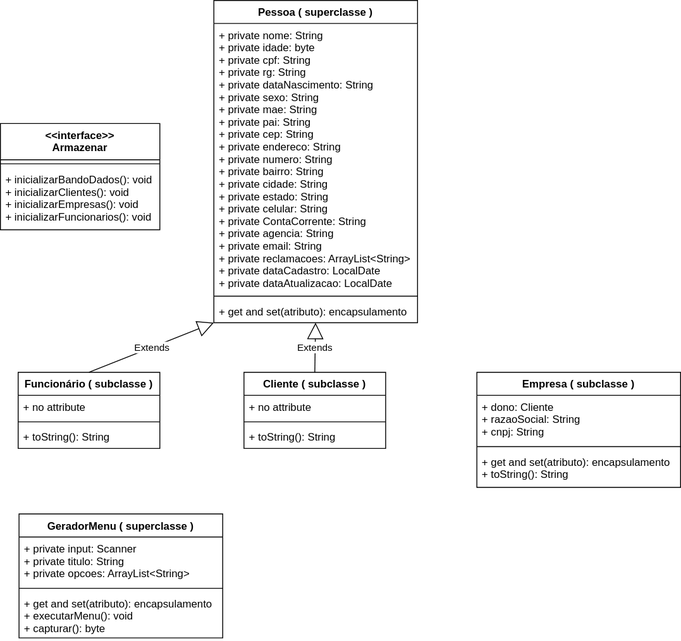
ArthurEstevan/redesenvolvimento-conta-bancaria-v2.0 keeps this draw.io diagram as Diagrama sem nome.drawio.svg. Above is the earlier version. Source tidied: cells renumbered, new cells last; positions are measured from the earlier drawing's top-left corner, leaving out a move shared by most shapes.
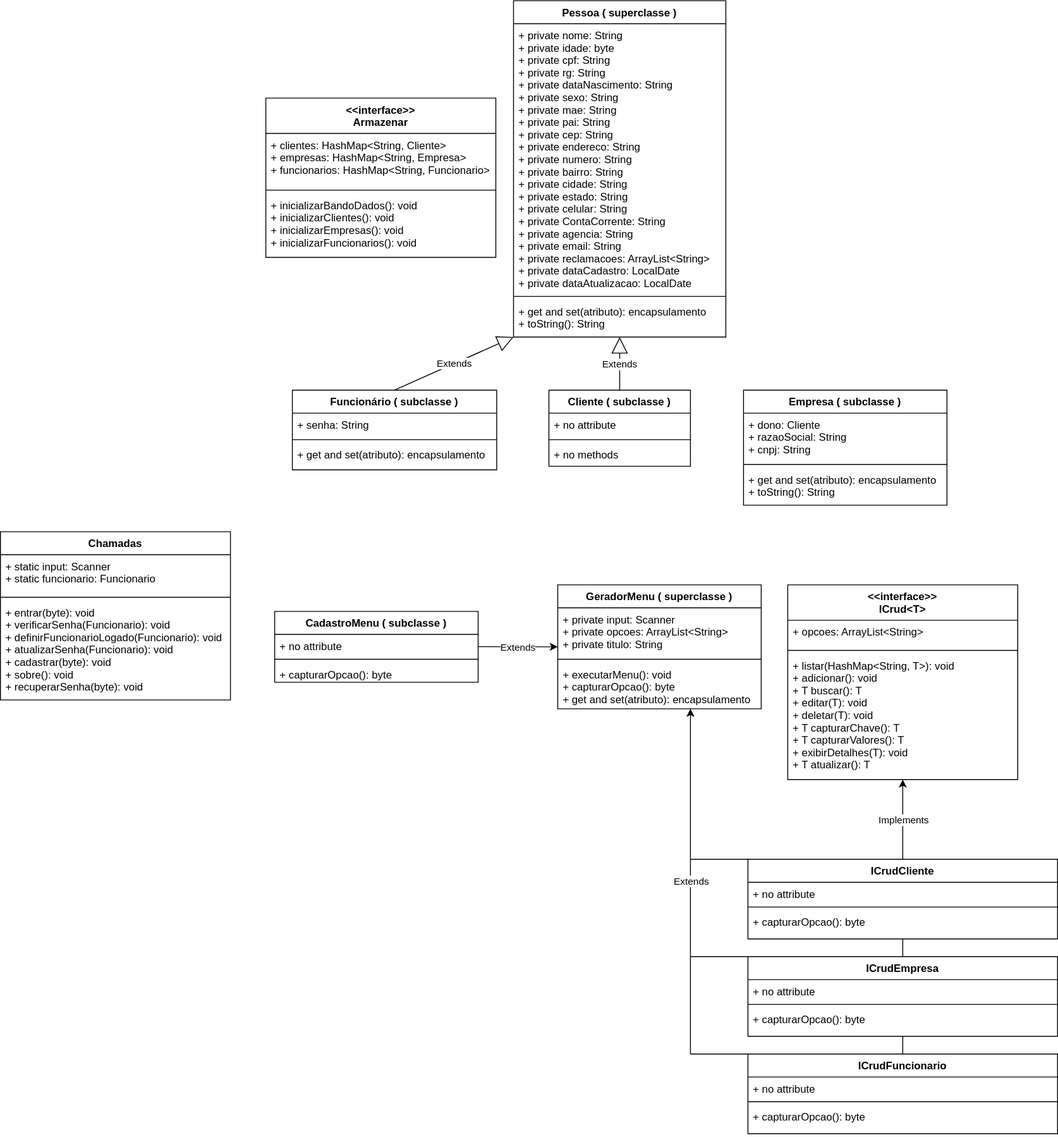
After the change.

Change to the diagram source:
```diff
@@ -3,43 +3,43 @@
     <mxCell id="0" />
     <mxCell id="1" parent="0" />
     <mxCell id="2" value="Pessoa ( superclasse )" style="swimlane;fontStyle=1;align=center;verticalAlign=top;horizontal=1;startSize=26;" parent="1" vertex="1">
-      <mxGeometry x="241" width="230" height="364" as="geometry" />
+      <mxGeometry x="241" width="240" height="380" as="geometry" />
     </mxCell>
     <mxCell id="3" value="+ private nome: String&#10;+ private idade: byte&#10;+ private cpf: String&#10;+ private rg: String&#10;+ private dataNascimento: String&#10;+ private sexo: String&#10;+ private mae: String&#10;+ private pai: String&#10;+ private cep: String&#10;+ private endereco: String&#10;+ private numero: String&#10;+ private bairro: String&#10;+ private cidade: String&#10;+ private estado: String&#10;+ private celular: String&#10;+ private ContaCorrente: String&#10;+ private agencia: String&#10;+ private email: String&#10;+ private reclamacoes: ArrayList&lt;String&gt;&#10;+ private dataCadastro: LocalDate&#10;+ private dataAtualizacao: LocalDate" style="text;strokeColor=none;fillColor=none;align=left;verticalAlign=top;spacingLeft=4;spacingRight=4;overflow=hidden;" parent="2" vertex="1">
-      <mxGeometry y="26" width="230" height="304" as="geometry" />
+      <mxGeometry y="26" width="240" height="304" as="geometry" />
     </mxCell>
     <mxCell id="4" style="line;strokeWidth=1;fillColor=none;align=left;verticalAlign=middle;spacingTop=-1;spacingLeft=3;spacingRight=3;labelPosition=right;" parent="2" vertex="1">
-      <mxGeometry y="330" width="230" height="8" as="geometry" />
+      <mxGeometry y="330" width="240" height="8" as="geometry" />
     </mxCell>
-    <mxCell id="5" value="+ get and set(atributo): encapsulamento" style="text;strokeColor=none;fillColor=none;align=left;verticalAlign=top;spacingLeft=4;spacingRight=4;overflow=hidden;points=[[0,0.5],[1,0.5]];portConstraint=eastwest;" parent="2" vertex="1">
-      <mxGeometry y="338" width="230" height="26" as="geometry" />
+    <mxCell id="5" value="+ get and set(atributo): encapsulamento&#10;+ toString(): String" style="text;strokeColor=none;fillColor=none;align=left;verticalAlign=top;spacingLeft=4;spacingRight=4;overflow=hidden;points=[[0,0.5],[1,0.5]];portConstraint=eastwest;" parent="2" vertex="1">
+      <mxGeometry y="338" width="240" height="42" as="geometry" />
     </mxCell>
     <mxCell id="6" value="GeradorMenu ( superclasse )" style="swimlane;fontStyle=1;align=center;verticalAlign=top;horizontal=1;startSize=26;" parent="1" vertex="1">
-      <mxGeometry x="21" y="580" width="230" height="140" as="geometry" />
+      <mxGeometry x="291" y="660" width="230" height="140" as="geometry" />
     </mxCell>
-    <mxCell id="7" value="+ private input: Scanner&#10;+ private titulo: String&#10;+ private opcoes: ArrayList&lt;String&gt;" style="text;strokeColor=none;fillColor=none;align=left;verticalAlign=top;spacingLeft=4;spacingRight=4;overflow=hidden;" parent="6" vertex="1">
+    <mxCell id="7" value="+ private input: Scanner&#10;+ private opcoes: ArrayList&lt;String&gt;&#10;+ private titulo: String&#10;" style="text;strokeColor=none;fillColor=none;align=left;verticalAlign=top;spacingLeft=4;spacingRight=4;overflow=hidden;" parent="6" vertex="1">
       <mxGeometry y="26" width="230" height="54" as="geometry" />
     </mxCell>
     <mxCell id="8" style="line;strokeWidth=1;fillColor=none;align=left;verticalAlign=middle;spacingTop=-1;spacingLeft=3;spacingRight=3;labelPosition=right;" parent="6" vertex="1">
       <mxGeometry y="80" width="230" height="8" as="geometry" />
     </mxCell>
-    <mxCell id="9" value="+ get and set(atributo): encapsulamento&#10;+ executarMenu(): void&#10;+ capturar(): byte" style="text;strokeColor=none;fillColor=none;align=left;verticalAlign=top;spacingLeft=4;spacingRight=4;overflow=hidden;" parent="6" vertex="1">
+    <mxCell id="9" value="+ executarMenu(): void&#10;+ capturarOpcao(): byte&#10;+ get and set(atributo): encapsulamento" style="text;strokeColor=none;fillColor=none;align=left;verticalAlign=top;spacingLeft=4;spacingRight=4;overflow=hidden;" parent="6" vertex="1">
       <mxGeometry y="88" width="230" height="52" as="geometry" />
     </mxCell>
     <mxCell id="10" value="Funcionário ( subclasse )" style="swimlane;fontStyle=1;align=center;verticalAlign=top;horizontal=1;startSize=26;" parent="1" vertex="1">
-      <mxGeometry x="20" y="420" width="160" height="86" as="geometry" />
+      <mxGeometry x="-9" y="440" width="231" height="90" as="geometry" />
     </mxCell>
-    <mxCell id="11" value="+ no attribute" style="text;strokeColor=none;fillColor=none;align=left;verticalAlign=top;spacingLeft=4;spacingRight=4;overflow=hidden;" parent="10" vertex="1">
-      <mxGeometry y="26" width="160" height="26" as="geometry" />
+    <mxCell id="11" value="+ senha: String" style="text;strokeColor=none;fillColor=none;align=left;verticalAlign=top;spacingLeft=4;spacingRight=4;overflow=hidden;" parent="10" vertex="1">
+      <mxGeometry y="26" width="231" height="26" as="geometry" />
     </mxCell>
     <mxCell id="12" style="line;strokeWidth=1;fillColor=none;align=left;verticalAlign=middle;spacingTop=-1;spacingLeft=3;spacingRight=3;labelPosition=right;" parent="10" vertex="1">
-      <mxGeometry y="52" width="160" height="8" as="geometry" />
+      <mxGeometry y="52" width="231" height="8" as="geometry" />
     </mxCell>
-    <mxCell id="13" value="+ toString(): String" style="text;strokeColor=none;fillColor=none;align=left;verticalAlign=top;spacingLeft=4;spacingRight=4;overflow=hidden;" parent="10" vertex="1">
-      <mxGeometry y="60" width="160" height="26" as="geometry" />
+    <mxCell id="13" value="+ get and set(atributo): encapsulamento" style="text;strokeColor=none;fillColor=none;align=left;verticalAlign=top;spacingLeft=4;spacingRight=4;overflow=hidden;" parent="10" vertex="1">
+      <mxGeometry y="60" width="231" height="30" as="geometry" />
     </mxCell>
     <mxCell id="14" value="Empresa ( subclasse )" style="swimlane;fontStyle=1;align=center;verticalAlign=top;horizontal=1;startSize=26;" parent="1" vertex="1">
-      <mxGeometry x="538" y="420" width="230" height="130" as="geometry" />
+      <mxGeometry x="501" y="440" width="230" height="130" as="geometry" />
     </mxCell>
     <mxCell id="15" value="+ dono: Cliente&#10;+ razaoSocial: String&#10;+ cnpj: String" style="text;strokeColor=none;fillColor=none;align=left;verticalAlign=top;spacingLeft=4;spacingRight=4;overflow=hidden;" parent="14" vertex="1">
       <mxGeometry y="26" width="230" height="54" as="geometry" />
@@ -51,7 +51,7 @@
       <mxGeometry y="88" width="230" height="42" as="geometry" />
     </mxCell>
     <mxCell id="18" value="Cliente ( subclasse )" style="swimlane;fontStyle=1;align=center;verticalAlign=top;horizontal=1;startSize=26;" parent="1" vertex="1">
-      <mxGeometry x="275" y="420" width="160" height="86" as="geometry" />
+      <mxGeometry x="281" y="440" width="160" height="86" as="geometry" />
     </mxCell>
     <mxCell id="19" value="+ no attribute" style="text;strokeColor=none;fillColor=none;align=left;verticalAlign=top;spacingLeft=4;spacingRight=4;overflow=hidden;" parent="18" vertex="1">
       <mxGeometry y="26" width="160" height="26" as="geometry" />
@@ -59,23 +59,153 @@
     <mxCell id="20" style="line;strokeWidth=1;fillColor=none;align=left;verticalAlign=middle;spacingTop=-1;spacingLeft=3;spacingRight=3;labelPosition=right;" parent="18" vertex="1">
       <mxGeometry y="52" width="160" height="8" as="geometry" />
     </mxCell>
-    <mxCell id="21" value="+ toString(): String" style="text;strokeColor=none;fillColor=none;align=left;verticalAlign=top;spacingLeft=4;spacingRight=4;overflow=hidden;" parent="18" vertex="1">
+    <mxCell id="21" value="+ no methods" style="text;strokeColor=none;fillColor=none;align=left;verticalAlign=top;spacingLeft=4;spacingRight=4;overflow=hidden;" parent="18" vertex="1">
       <mxGeometry y="60" width="160" height="26" as="geometry" />
     </mxCell>
     <mxCell id="22" value="Extends" style="endArrow=block;endSize=16;endFill=0;html=1;rounded=0;exitX=0.5;exitY=0;exitDx=0;exitDy=0;entryX=0;entryY=1;entryDx=0;entryDy=0;" parent="1" edge="1" source="10" target="2">
       <mxGeometry relative="1" as="geometry" />
     </mxCell>
     <mxCell id="23" value="Extends" style="endArrow=block;endSize=16;endFill=0;html=1;rounded=0;exitX=0.5;exitY=0;exitDx=0;exitDy=0;" parent="1" edge="1" source="18" target="5">
-      <mxGeometry relative="1" as="geometry" />
+      <mxGeometry relative="1" as="geometry">
+        <Array as="points">
+          <mxPoint x="361" y="410" />
+        </Array>
+      </mxGeometry>
     </mxCell>
-    <mxCell id="24" value="&lt;&lt;interface&gt;&gt;&#10;Armazenar" style="swimlane;fontStyle=1;align=center;verticalAlign=top;horizontal=1;startSize=41;" parent="1" vertex="1">
-      <mxGeometry y="139" width="180" height="120" as="geometry" />
+    <mxCell id="24" value="&lt;&lt;interface&gt;&gt;&#10;Armazenar" style="swimlane;fontStyle=1;align=center;verticalAlign=top;horizontal=1;startSize=40;" parent="1" vertex="1">
+      <mxGeometry x="-39" y="110" width="260" height="180" as="geometry" />
     </mxCell>
-    <mxCell id="25" style="line;strokeWidth=1;fillColor=none;align=left;verticalAlign=middle;spacingTop=-1;spacingLeft=3;spacingRight=3;labelPosition=right;" parent="24" vertex="1">
-      <mxGeometry y="41" width="180" height="9" as="geometry" />
-    </mxCell>
+    <mxCell id="27" value="+ clientes: HashMap&lt;String, Cliente&gt;&#10;+ empresas: HashMap&lt;String, Empresa&gt;&#10;+ funcionarios: HashMap&lt;String, Funcionario&gt;" style="text;strokeColor=none;fillColor=none;align=left;verticalAlign=top;spacingLeft=4;spacingRight=4;overflow=hidden;" parent="24" vertex="1">
+      <mxGeometry y="40" width="260" height="60" as="geometry" />
+    </mxCell>
+    <mxCell id="28" style="line;strokeWidth=1;fillColor=none;align=left;verticalAlign=middle;spacingTop=-1;spacingLeft=3;spacingRight=3;labelPosition=right;" parent="24" vertex="1">
+      <mxGeometry y="100" width="260" height="8" as="geometry" />
+    </mxCell>
     <mxCell id="26" value="+ inicializarBandoDados(): void&#10;+ inicializarClientes(): void&#10;+ inicializarEmpresas(): void&#10;+ inicializarFuncionarios(): void&#10;" style="text;strokeColor=none;fillColor=none;align=left;verticalAlign=top;spacingLeft=4;spacingRight=4;overflow=hidden;" parent="24" vertex="1">
-      <mxGeometry y="50" width="180" height="70" as="geometry" />
+      <mxGeometry y="108" width="260" height="72" as="geometry" />
     </mxCell>
+    <mxCell id="29" value="Chamadas" style="swimlane;fontStyle=1;align=center;verticalAlign=top;horizontal=1;startSize=26;" parent="1" vertex="1">
+      <mxGeometry x="-339" y="600" width="260" height="190" as="geometry" />
+    </mxCell>
+    <mxCell id="30" value="+ static input: Scanner&#10;+ static funcionario: Funcionario&#10;" style="text;strokeColor=none;fillColor=none;align=left;verticalAlign=top;spacingLeft=4;spacingRight=4;overflow=hidden;" parent="29" vertex="1">
+      <mxGeometry y="26" width="260" height="44" as="geometry" />
+    </mxCell>
+    <mxCell id="31" style="line;strokeWidth=1;fillColor=none;align=left;verticalAlign=middle;spacingTop=-1;spacingLeft=3;spacingRight=3;labelPosition=right;" parent="29" vertex="1">
+      <mxGeometry y="70" width="260" height="8" as="geometry" />
+    </mxCell>
+    <mxCell id="32" value="+ entrar(byte): void&#10;+ verificarSenha(Funcionario): void&#10;+ definirFuncionarioLogado(Funcionario): void&#10;+ atualizarSenha(Funcionario): void&#10;+ cadastrar(byte): void&#10;+ sobre(): void&#10;+ recuperarSenha(byte): void&#10;" style="text;strokeColor=none;fillColor=none;align=left;verticalAlign=top;spacingLeft=4;spacingRight=4;overflow=hidden;" parent="29" vertex="1">
+      <mxGeometry y="78" width="260" height="112" as="geometry" />
+    </mxCell>
+    <mxCell id="33" value="CadastroMenu ( subclasse )" style="swimlane;fontStyle=1;align=center;verticalAlign=top;horizontal=1;startSize=26;" parent="1" vertex="1">
+      <mxGeometry x="-29" y="690" width="230" height="80" as="geometry" />
+    </mxCell>
+    <mxCell id="34" value="+ no attribute" style="text;strokeColor=none;fillColor=none;align=left;verticalAlign=top;spacingLeft=4;spacingRight=4;overflow=hidden;" parent="33" vertex="1">
+      <mxGeometry y="26" width="230" height="24" as="geometry" />
+    </mxCell>
+    <mxCell id="35" style="line;strokeWidth=1;fillColor=none;align=left;verticalAlign=middle;spacingTop=-1;spacingLeft=3;spacingRight=3;labelPosition=right;" parent="33" vertex="1">
+      <mxGeometry y="50" width="230" height="8" as="geometry" />
+    </mxCell>
+    <mxCell id="36" value="+ capturarOpcao(): byte" style="text;strokeColor=none;fillColor=none;align=left;verticalAlign=top;spacingLeft=4;spacingRight=4;overflow=hidden;" parent="33" vertex="1">
+      <mxGeometry y="58" width="230" height="22" as="geometry" />
+    </mxCell>
+    <mxCell id="37" value="&lt;&lt;interface&gt;&gt;&#10;ICrud&lt;T&gt;" style="swimlane;fontStyle=1;align=center;verticalAlign=top;horizontal=1;startSize=40;" parent="1" vertex="1">
+      <mxGeometry x="551" y="660" width="260" height="220" as="geometry" />
+    </mxCell>
+    <mxCell id="38" value="+ opcoes: ArrayList&lt;String&gt;&#10;" style="text;strokeColor=none;fillColor=none;align=left;verticalAlign=top;spacingLeft=4;spacingRight=4;overflow=hidden;" parent="37" vertex="1">
+      <mxGeometry y="40" width="260" height="30" as="geometry" />
+    </mxCell>
+    <mxCell id="39" style="line;strokeWidth=1;fillColor=none;align=left;verticalAlign=middle;spacingTop=-1;spacingLeft=3;spacingRight=3;labelPosition=right;" parent="37" vertex="1">
+      <mxGeometry y="70" width="260" height="8" as="geometry" />
+    </mxCell>
+    <mxCell id="40" value="+ listar(HashMap&lt;String, T&gt;): void&#10;+ adicionar(): void&#10;+ T buscar(): T&#10;+ editar(T): void&#10;+ deletar(T): void&#10;+ T capturarChave(): T&#10;+ T capturarValores(): T&#10;+ exibirDetalhes(T): void&#10;+ T atualizar(): T&#10;" style="text;strokeColor=none;fillColor=none;align=left;verticalAlign=top;spacingLeft=4;spacingRight=4;overflow=hidden;points=[[0,0.5],[1,0.5]];portConstraint=eastwest;" parent="37" vertex="1">
+      <mxGeometry y="78" width="260" height="142" as="geometry" />
+    </mxCell>
+    <mxCell id="41" value="ICrudCliente" style="swimlane;fontStyle=1;align=center;verticalAlign=top;horizontal=1;startSize=26;" parent="1" vertex="1">
+      <mxGeometry x="506" y="970" width="350" height="90" as="geometry" />
+    </mxCell>
+    <mxCell id="42" value="+ no attribute" style="text;strokeColor=none;fillColor=none;align=left;verticalAlign=top;spacingLeft=4;spacingRight=4;overflow=hidden;" parent="41" vertex="1">
+      <mxGeometry y="26" width="350" height="24" as="geometry" />
+    </mxCell>
+    <mxCell id="43" style="line;strokeWidth=1;fillColor=none;align=left;verticalAlign=middle;spacingTop=-1;spacingLeft=3;spacingRight=3;labelPosition=right;" parent="41" vertex="1">
+      <mxGeometry y="50" width="350" height="8" as="geometry" />
+    </mxCell>
+    <mxCell id="44" style="endArrow=none;html=1;rounded=0;fontSize=11;exitX=0.5;exitY=0;exitDx=0;exitDy=0;" parent="41" edge="1" source="51">
+      <mxGeometry relative="1" as="geometry">
+        <mxPoint x="175" y="90" as="targetPoint" />
+      </mxGeometry>
+    </mxCell>
+    <mxCell id="45" value="+ capturarOpcao(): byte" style="text;strokeColor=none;fillColor=none;align=left;verticalAlign=top;spacingLeft=4;spacingRight=4;overflow=hidden;" parent="41" vertex="1">
+      <mxGeometry y="58" width="350" height="32" as="geometry" />
+    </mxCell>
+    <mxCell id="46" style="endArrow=classic;html=1;rounded=0;fontSize=11;exitX=0.5;exitY=0;exitDx=0;exitDy=0;" parent="1" edge="1" source="41" target="40">
+      <mxGeometry relative="1" as="geometry" />
+    </mxCell>
+    <mxCell id="47" value="Implements" style="edgeLabel;html=1;align=center;verticalAlign=middle;fontSize=11;" parent="46" vertex="1">
+      <mxGeometry relative="1" as="geometry" />
+    </mxCell>
+    <mxCell id="48" style="endArrow=none;html=1;rounded=0;fontSize=11;exitX=0;exitY=0;exitDx=0;exitDy=0;" parent="1" edge="1" source="41">
+      <mxGeometry relative="1" as="geometry">
+        <mxPoint x="441" y="970" as="targetPoint" />
+      </mxGeometry>
+    </mxCell>
+    <mxCell id="49" style="endArrow=classic;html=1;rounded=0;fontSize=11;" parent="1" edge="1">
+      <mxGeometry relative="1" as="geometry">
+        <mxPoint x="441" y="1190" as="sourcePoint" />
+        <mxPoint x="441" y="800" as="targetPoint" />
+      </mxGeometry>
+    </mxCell>
+    <mxCell id="50" value="Extends" style="edgeLabel;html=1;align=center;verticalAlign=middle;fontSize=11;" parent="49" vertex="1">
+      <mxGeometry relative="1" as="geometry" />
+    </mxCell>
+    <mxCell id="51" value="ICrudEmpresa" style="swimlane;fontStyle=1;align=center;verticalAlign=top;horizontal=1;startSize=26;" parent="1" vertex="1">
+      <mxGeometry x="506" y="1080" width="350" height="90" as="geometry" />
+    </mxCell>
+    <mxCell id="52" value="+ no attribute" style="text;strokeColor=none;fillColor=none;align=left;verticalAlign=top;spacingLeft=4;spacingRight=4;overflow=hidden;" parent="51" vertex="1">
+      <mxGeometry y="26" width="350" height="24" as="geometry" />
+    </mxCell>
+    <mxCell id="53" style="line;strokeWidth=1;fillColor=none;align=left;verticalAlign=middle;spacingTop=-1;spacingLeft=3;spacingRight=3;labelPosition=right;" parent="51" vertex="1">
+      <mxGeometry y="50" width="350" height="8" as="geometry" />
+    </mxCell>
+    <mxCell id="54" value="+ capturarOpcao(): byte" style="text;strokeColor=none;fillColor=none;align=left;verticalAlign=top;spacingLeft=4;spacingRight=4;overflow=hidden;" parent="51" vertex="1">
+      <mxGeometry y="58" width="350" height="32" as="geometry" />
+    </mxCell>
+    <mxCell id="55" value="ICrudFuncionario" style="swimlane;fontStyle=1;align=center;verticalAlign=top;horizontal=1;startSize=26;" parent="1" vertex="1">
+      <mxGeometry x="506" y="1190" width="350" height="90" as="geometry" />
+    </mxCell>
+    <mxCell id="56" value="+ no attribute" style="text;strokeColor=none;fillColor=none;align=left;verticalAlign=top;spacingLeft=4;spacingRight=4;overflow=hidden;" parent="55" vertex="1">
+      <mxGeometry y="26" width="350" height="24" as="geometry" />
+    </mxCell>
+    <mxCell id="57" style="line;strokeWidth=1;fillColor=none;align=left;verticalAlign=middle;spacingTop=-1;spacingLeft=3;spacingRight=3;labelPosition=right;" parent="55" vertex="1">
+      <mxGeometry y="50" width="350" height="8" as="geometry" />
+    </mxCell>
+    <mxCell id="58" value="+ capturarOpcao(): byte" style="text;strokeColor=none;fillColor=none;align=left;verticalAlign=top;spacingLeft=4;spacingRight=4;overflow=hidden;" parent="55" vertex="1">
+      <mxGeometry y="58" width="350" height="32" as="geometry" />
+    </mxCell>
+    <mxCell id="59" style="endArrow=none;html=1;rounded=0;fontSize=11;exitX=0;exitY=0;exitDx=0;exitDy=0;" parent="1" edge="1">
+      <mxGeometry relative="1" as="geometry">
+        <mxPoint x="506" y="1080" as="sourcePoint" />
+        <mxPoint x="441" y="1080" as="targetPoint" />
+      </mxGeometry>
+    </mxCell>
+    <mxCell id="60" style="endArrow=none;html=1;rounded=0;fontSize=11;exitX=0;exitY=0;exitDx=0;exitDy=0;" parent="1" edge="1">
+      <mxGeometry relative="1" as="geometry">
+        <mxPoint x="506" y="1190" as="sourcePoint" />
+        <mxPoint x="441" y="1190" as="targetPoint" />
+      </mxGeometry>
+    </mxCell>
+    <mxCell id="61" style="endArrow=none;html=1;rounded=0;fontSize=11;exitX=0.5;exitY=0;exitDx=0;exitDy=0;" parent="1" edge="1" source="55">
+      <mxGeometry relative="1" as="geometry">
+        <mxPoint x="681" y="1170" as="targetPoint" />
+      </mxGeometry>
+    </mxCell>
+    <mxCell id="62" style="endArrow=classic;html=1;rounded=0;fontSize=11;" parent="1" edge="1">
+      <mxGeometry relative="1" as="geometry">
+        <mxPoint x="201" y="729.8" as="sourcePoint" />
+        <mxPoint x="291" y="730" as="targetPoint" />
+      </mxGeometry>
+    </mxCell>
+    <mxCell id="63" value="Extends" style="edgeLabel;html=1;align=center;verticalAlign=middle;fontSize=11;" parent="62" vertex="1">
+      <mxGeometry relative="1" as="geometry" />
+    </mxCell>
   </root>
 </mxGraphModel>
```
